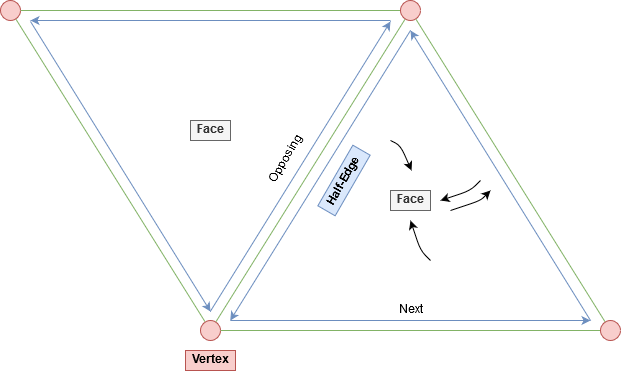
This is Images/half-edge-mesh.png from Thot38/HalfEdgeMeshThesis, a draw.io export, as it was before one commit. Source tidied: cells renumbered, new cells last; positions are measured from the earlier drawing's top-left corner, leaving out a move shared by most shapes.
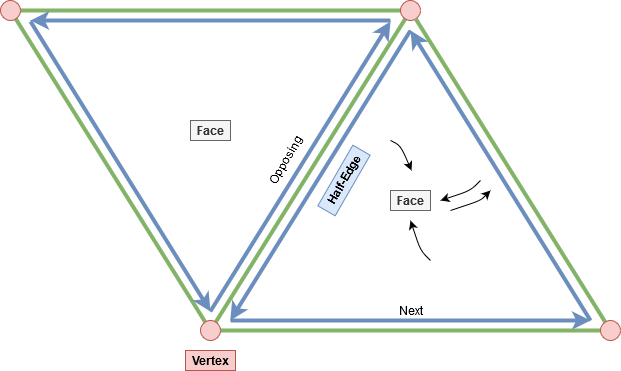
Later version of the same file.

What changed in the source:
```diff
@@ -2,7 +2,7 @@
   <root>
     <mxCell id="0" />
     <mxCell id="1" parent="0" />
-    <mxCell id="2" style="endArrow=none;html=1;fillColor=#d5e8d4;strokeColor=#82b366;" parent="1" edge="1">
+    <mxCell id="2" style="endArrow=none;html=1;fillColor=#d5e8d4;strokeColor=#82b366;strokeWidth=4;" parent="1" edge="1">
       <mxGeometry relative="1" as="geometry">
         <mxPoint x="210" y="330" as="sourcePoint" />
         <mxPoint x="410" y="10" as="targetPoint" />
@@ -18,24 +18,24 @@
         <mxPoint x="610" y="330" as="targetPoint" />
       </mxGeometry>
     </mxCell>
-    <mxCell id="5" style="endArrow=none;html=1;fillColor=#d5e8d4;strokeColor=#82b366;" parent="1" edge="1" source="21">
+    <mxCell id="5" style="endArrow=none;html=1;fillColor=#d5e8d4;strokeColor=#82b366;strokeWidth=4;" parent="1" edge="1" source="21">
       <mxGeometry relative="1" as="geometry">
         <mxPoint x="10" y="10" as="targetPoint" />
       </mxGeometry>
     </mxCell>
-    <mxCell id="6" style="endArrow=none;html=1;fillColor=#d5e8d4;strokeColor=#82b366;" parent="1" edge="1">
+    <mxCell id="6" style="endArrow=none;html=1;fillColor=#d5e8d4;strokeColor=#82b366;strokeWidth=4;" parent="1" edge="1">
       <mxGeometry relative="1" as="geometry">
         <mxPoint x="10" y="10" as="sourcePoint" />
         <mxPoint x="410" y="10" as="targetPoint" />
       </mxGeometry>
     </mxCell>
-    <mxCell id="7" style="endArrow=classic;html=1;fillColor=#dae8fc;strokeColor=#6c8ebf;" parent="1" edge="1">
+    <mxCell id="7" style="endArrow=classic;html=1;fillColor=#dae8fc;strokeColor=#6c8ebf;strokeWidth=4;" parent="1" edge="1">
       <mxGeometry relative="1" as="geometry">
         <mxPoint x="410" y="30" as="sourcePoint" />
         <mxPoint x="229.8" y="320" as="targetPoint" />
       </mxGeometry>
     </mxCell>
-    <mxCell id="8" style="endArrow=classic;html=1;fillColor=#dae8fc;strokeColor=#6c8ebf;" parent="1" edge="1">
+    <mxCell id="8" style="endArrow=classic;html=1;fillColor=#dae8fc;strokeColor=#6c8ebf;strokeWidth=4;" parent="1" edge="1">
       <mxGeometry relative="1" as="geometry">
         <mxPoint x="230" y="320" as="sourcePoint" />
         <mxPoint x="590" y="320" as="targetPoint" />
@@ -43,10 +43,10 @@
     </mxCell>
     <mxCell id="9" value="Next" style="text;html=1;align=center;verticalAlign=middle;labelBackgroundColor=#ffffff;" parent="8" vertex="1">
       <mxGeometry x="-0.31" y="2" relative="1" as="geometry">
-        <mxPoint x="56.5" y="-8" as="offset" />
+        <mxPoint x="56.5" y="-9" as="offset" />
       </mxGeometry>
     </mxCell>
-    <mxCell id="10" style="endArrow=classic;html=1;fillColor=#dae8fc;strokeColor=#6c8ebf;" parent="1" edge="1">
+    <mxCell id="10" style="endArrow=classic;html=1;fillColor=#dae8fc;strokeColor=#6c8ebf;strokeWidth=4;" parent="1" edge="1">
       <mxGeometry relative="1" as="geometry">
         <mxPoint x="590" y="320" as="sourcePoint" />
         <mxPoint x="410" y="30" as="targetPoint" />
@@ -55,19 +55,19 @@
     <mxCell id="11" value="Half-Edge" style="text;html=1;align=center;verticalAlign=middle;rotation=-60;fontStyle=1;fillColor=#dae8fc;strokeColor=#6c8ebf;" parent="1" vertex="1">
       <mxGeometry x="308.5" y="170" width="70" height="20" as="geometry" />
     </mxCell>
-    <mxCell id="12" style="endArrow=classic;html=1;fillColor=#dae8fc;strokeColor=#6c8ebf;" parent="1" edge="1">
+    <mxCell id="12" style="endArrow=classic;html=1;fillColor=#dae8fc;strokeColor=#6c8ebf;strokeWidth=4;" parent="1" edge="1">
       <mxGeometry relative="1" as="geometry">
         <mxPoint x="209.8" y="311" as="sourcePoint" />
         <mxPoint x="390" y="21" as="targetPoint" />
       </mxGeometry>
     </mxCell>
-    <mxCell id="13" style="endArrow=classic;html=1;fillColor=#dae8fc;strokeColor=#6c8ebf;" parent="1" edge="1">
+    <mxCell id="13" style="endArrow=classic;html=1;fillColor=#dae8fc;strokeColor=#6c8ebf;strokeWidth=4;" parent="1" edge="1">
       <mxGeometry relative="1" as="geometry">
         <mxPoint x="390" y="20" as="sourcePoint" />
         <mxPoint x="30" y="20" as="targetPoint" />
       </mxGeometry>
     </mxCell>
-    <mxCell id="14" style="endArrow=classic;html=1;fillColor=#dae8fc;strokeColor=#6c8ebf;" parent="1" edge="1">
+    <mxCell id="14" style="endArrow=classic;html=1;fillColor=#dae8fc;strokeColor=#6c8ebf;strokeWidth=4;" parent="1" edge="1">
       <mxGeometry relative="1" as="geometry">
         <mxPoint x="30" y="21" as="sourcePoint" />
         <mxPoint x="210" y="311" as="targetPoint" />
@@ -78,7 +78,7 @@
         <mxPoint x="210" y="330" as="sourcePoint" />
       </mxGeometry>
     </mxCell>
-    <mxCell id="16" style="endArrow=none;html=1;fillColor=#d5e8d4;strokeColor=#82b366;" parent="1" edge="1" target="22">
+    <mxCell id="16" style="endArrow=none;html=1;fillColor=#d5e8d4;strokeColor=#82b366;strokeWidth=4;" parent="1" edge="1" target="22">
       <mxGeometry relative="1" as="geometry">
         <mxPoint x="210" y="330" as="sourcePoint" />
       </mxGeometry>
@@ -86,7 +86,7 @@
     <mxCell id="17" style="ellipse;whiteSpace=wrap;html=1;fillColor=#f8cecc;strokeColor=#b85450;" parent="1" vertex="1">
       <mxGeometry x="400" width="20" height="20" as="geometry" />
     </mxCell>
-    <mxCell id="18" style="endArrow=none;html=1;fillColor=#d5e8d4;strokeColor=#82b366;" parent="1" edge="1" target="17">
+    <mxCell id="18" style="endArrow=none;html=1;fillColor=#d5e8d4;strokeColor=#82b366;strokeWidth=4;" parent="1" edge="1" target="17">
       <mxGeometry relative="1" as="geometry">
         <mxPoint x="610" y="330" as="sourcePoint" />
       </mxGeometry>
```
